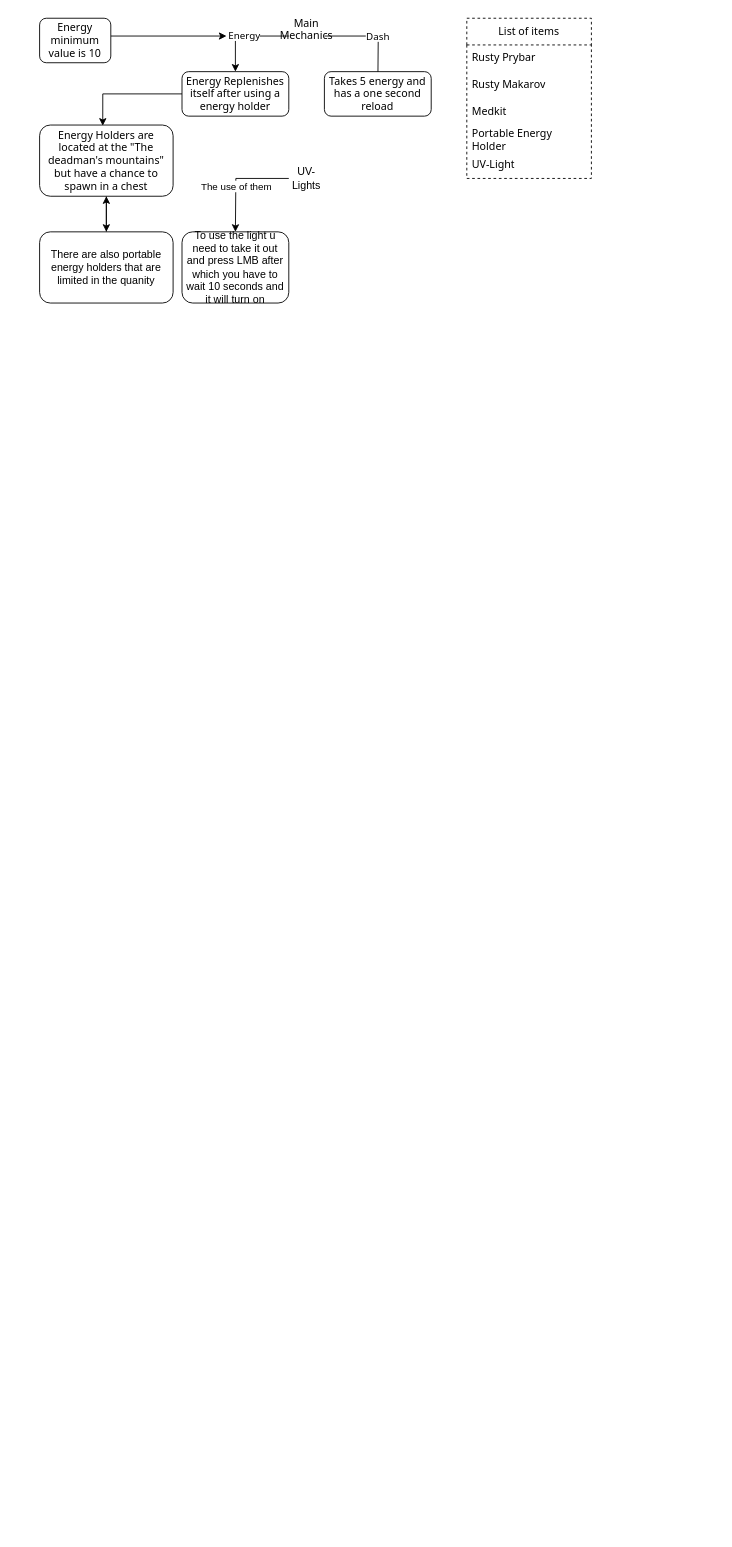
The draw.io diagram ProjectSouth.drawio in limoncatt/projectsouthdocum, before the edit. Source tidied: cells renumbered, new cells numbered last; positions are measured from the earlier drawing's top-left corner, leaving out a move shared by most shapes. Both pictures are drawn from the tidied source at 89%, with x=0, y=0 at pixel (39, 18).
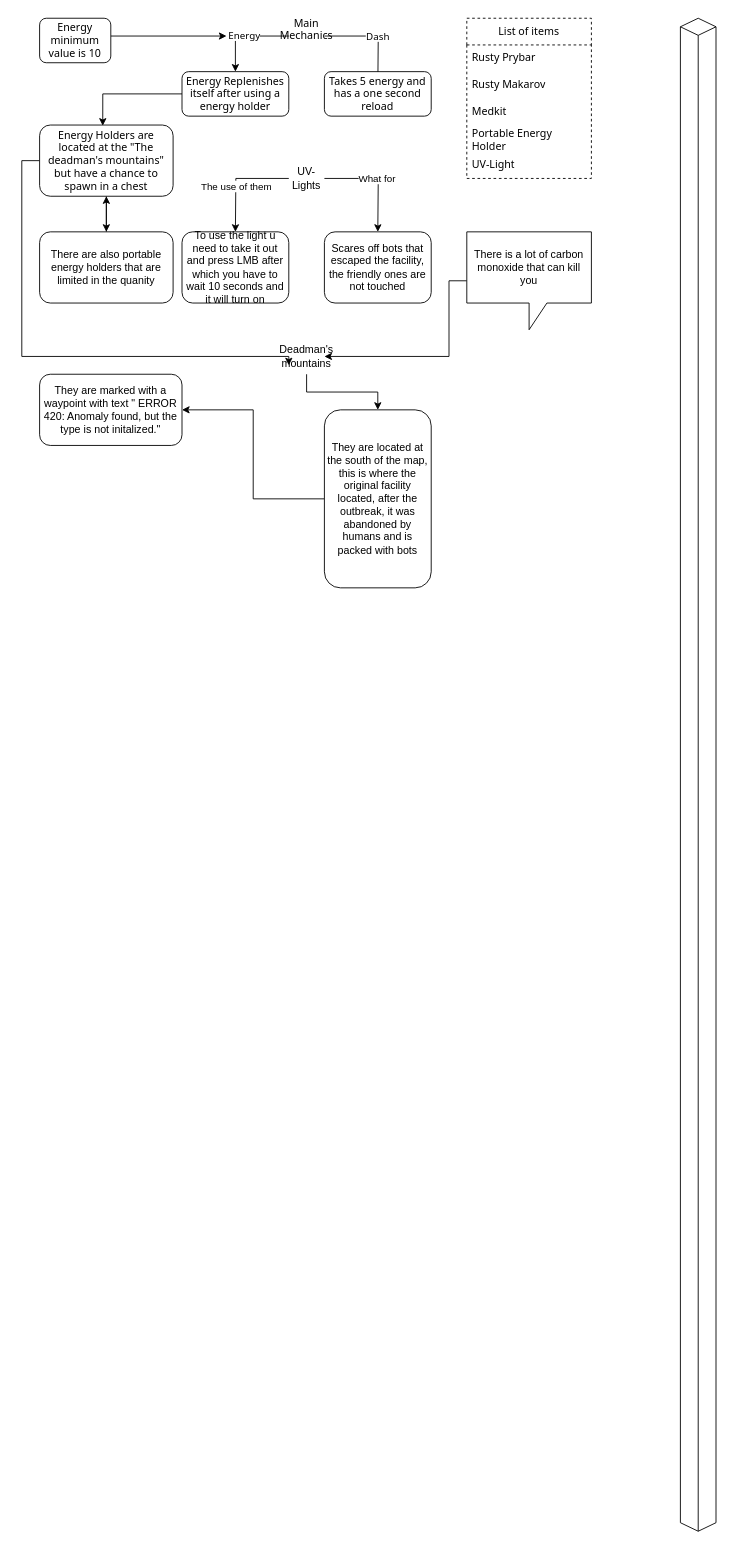
Above is the later version.

The change refers to these unchanged cells:
```xml
<mxCell id="8" value="Energy Holders are located at the &quot;The deadman's mountains&quot; but have a chance to spawn in a ches&lt;span style=&quot;background-color: initial;&quot;&gt;t&lt;/span&gt;" style="rounded=1;whiteSpace=wrap;html=1;fontFamily=Tahoma;horizontal=1;" parent="1" vertex="1">
  <mxGeometry y="120" width="150" height="80" as="geometry" />
</mxCell>
<mxCell id="22" value="UV-Lights" style="text;html=1;align=center;verticalAlign=middle;whiteSpace=wrap;rounded=0;" parent="1" vertex="1">
  <mxGeometry x="280" y="160" width="40" height="40" as="geometry" />
</mxCell>
```

The edit, as a diff of the source:
```diff
@@
+    <mxCell id="24" style="edgeStyle=orthogonalEdgeStyle;rounded=0;jettySize=auto;html=1;entryX=0;entryY=0.75;entryDx=0;entryDy=0;" parent="1" edge="1" source="8" target="30">
+      <mxGeometry relative="1" as="geometry">
+        <Array as="points">
+          <mxPoint x="-20" y="160" />
+          <mxPoint x="-20" y="380" />
+        </Array>
+      </mxGeometry>
+    </mxCell>
@@
+    <mxCell id="25" style="edgeStyle=orthogonalEdgeStyle;rounded=0;jettySize=auto;html=1;" parent="1" edge="1" source="22">
+      <mxGeometry relative="1" as="geometry">
+        <mxPoint x="380" y="240" as="targetPoint" />
+      </mxGeometry>
+    </mxCell>
+    <mxCell id="26" value="What for" style="edgeLabel;html=1;align=center;verticalAlign=middle;" parent="25" vertex="1">
+      <mxGeometry x="-0.04" y="1" relative="1" as="geometry" />
+    </mxCell>
@@
+    <mxCell id="27" value="Scares off bots that escaped the facility, the friendly ones are not touched" style="rounded=1;whiteSpace=wrap;html=1;" parent="1" vertex="1">
+      <mxGeometry x="320" y="240" width="120" height="80" as="geometry" />
+    </mxCell>
+    <mxCell id="28" style="html=1;whiteSpace=wrap;shape=isoCube2;backgroundOutline=1;isoAngle=15;" parent="1" vertex="1">
+      <mxGeometry x="720" width="40" height="1700" as="geometry" />
+    </mxCell>
+    <mxCell id="29" style="edgeStyle=orthogonalEdgeStyle;rounded=0;jettySize=auto;html=1;entryX=0.5;entryY=0;entryDx=0;entryDy=0;exitX=0.5;exitY=1;exitDx=0;exitDy=0;" parent="1" edge="1" source="30" target="32">
+      <mxGeometry relative="1" as="geometry" />
+    </mxCell>
+    <mxCell id="30" value="Deadman's mountains" style="text;html=1;align=center;verticalAlign=middle;whiteSpace=wrap;rounded=0;" parent="1" vertex="1">
+      <mxGeometry x="280" y="360" width="40" height="40" as="geometry" />
+    </mxCell>
+    <mxCell id="31" style="edgeStyle=orthogonalEdgeStyle;rounded=0;jettySize=auto;html=1;" parent="1" edge="1" source="32" target="33">
+      <mxGeometry relative="1" as="geometry" />
+    </mxCell>
+    <mxCell id="32" value="They are located at the south of the map, this is where the original facility located, after the outbreak, it was abandoned by humans and is packed with bots" style="rounded=1;whiteSpace=wrap;html=1;" parent="1" vertex="1">
+      <mxGeometry x="320" y="440" width="120" height="200" as="geometry" />
+    </mxCell>
+    <mxCell id="33" value="They are marked with a waypoint with text &quot; ERROR 420: Anomaly found, but the type is not initalized.&quot;" style="rounded=1;whiteSpace=wrap;html=1;" parent="1" vertex="1">
+      <mxGeometry y="400" width="160" height="80" as="geometry" />
+    </mxCell>
+    <mxCell id="34" style="edgeStyle=orthogonalEdgeStyle;rounded=0;jettySize=auto;html=1;entryX=1;entryY=0.5;entryDx=0;entryDy=0;" parent="1" edge="1" source="35" target="30">
+      <mxGeometry relative="1" as="geometry">
+        <Array as="points">
+          <mxPoint x="460" y="295" />
+          <mxPoint x="460" y="380" />
+        </Array>
+      </mxGeometry>
+    </mxCell>
+    <mxCell id="35" value="There is a lot of carbon monoxide that can kill you" style="shape=callout;whiteSpace=wrap;html=1;perimeter=calloutPerimeter;" parent="1" vertex="1">
+      <mxGeometry x="480" y="240" width="140" height="110" as="geometry" />
+    </mxCell>
```
